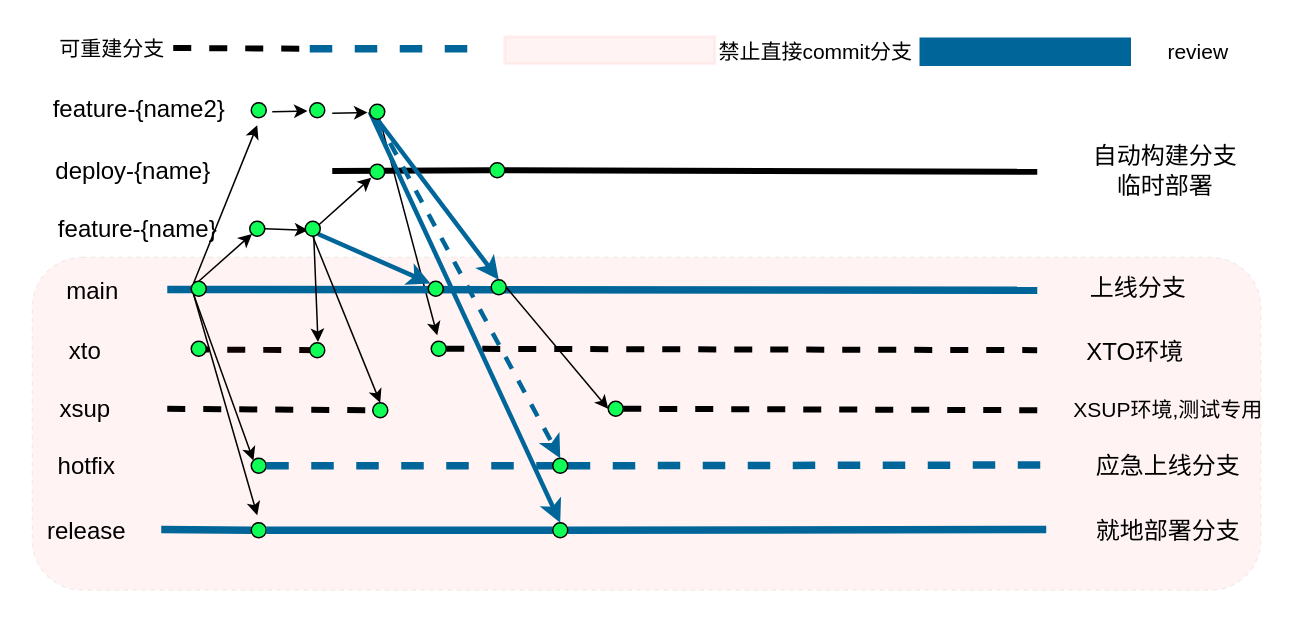
Before: 未命名绘图.drawio in sesa732602/draw.io, a draw.io diagram. Source tidied: cells renumbered, new cells numbered last; positions are measured from the earlier drawing's top-left corner, leaving out a move shared by most shapes. Both pictures are drawn from the tidied source at 150%, with x=0, y=0 at pixel (26, 26).
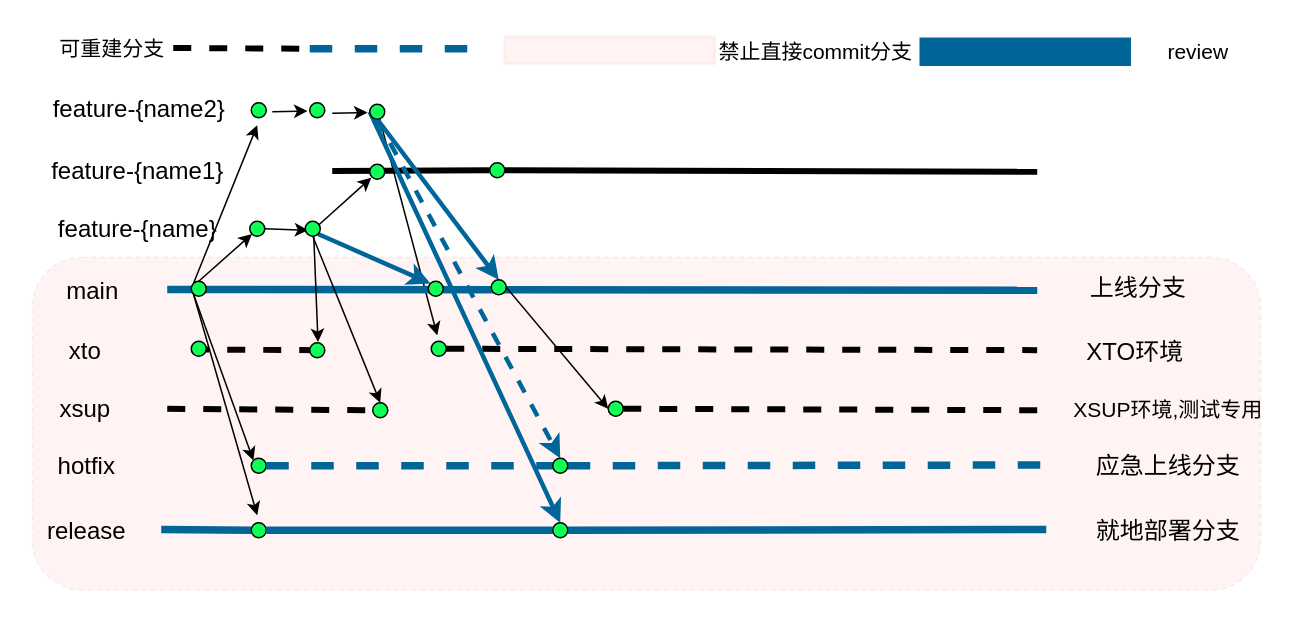
After the change.

Commit message:
更新未命名绘图.drawio

Diff of the diagram source:
```diff
@@
-    <mxCell id="29" value="deploy&lt;span style=&quot;background-color: initial;&quot;&gt;-{name}&lt;/span&gt;" style="text;html=1;align=center;verticalAlign=middle;strokeColor=none;fillColor=none;fontSize=16;" parent="1" vertex="1">
-      <mxGeometry x="6" y="81" width="130" height="30" as="geometry" />
+    <mxCell id="29" value="feature&lt;span style=&quot;background-color: initial;&quot;&gt;-{name1}&lt;/span&gt;" style="text;html=1;align=center;verticalAlign=middle;strokeColor=none;fillColor=none;fontSize=16;" parent="1" vertex="1">
+      <mxGeometry x="4" y="81" width="140" height="30" as="geometry" />
     </mxCell>
@@
-    <mxCell id="49" value="自动构建分支&lt;div&gt;临时部署&lt;/div&gt;" style="text;html=1;align=center;verticalAlign=middle;strokeColor=none;fillColor=none;fontSize=16;" parent="1" vertex="1">
-      <mxGeometry x="699" y="71" width="120" height="50" as="geometry" />
-    </mxCell>
```
